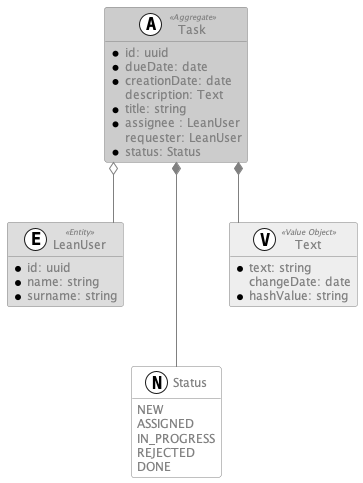
Grinseteddy/MasteringDdd keeps this PlantUML diagram as TacticalDesign/TaskManagement/TaskManagement.png. Above is the earlier version.
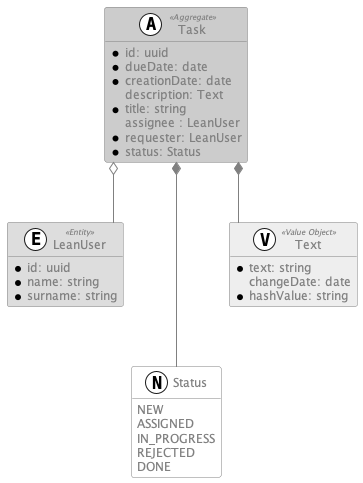
Later version of the same file.

Commit message:
Task Management

Change to the diagram source:
```diff
@@ -37,8 +37,8 @@
     * creationDate: date
     description: Text
     * title: string
-    * assignee : LeanUser
-    requester: LeanUser
+    assignee : LeanUser
+    * requester: LeanUser
     * status: Status
 }
 
```
